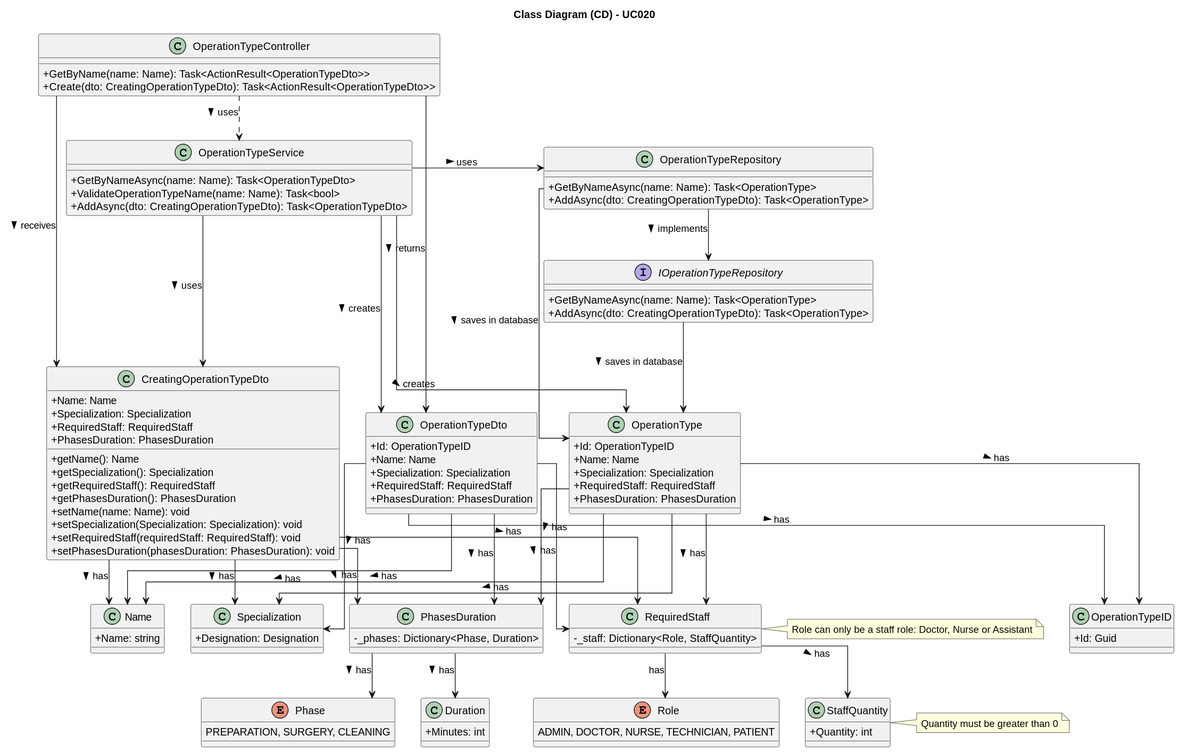
The PlantUML diagram docs/SprintA/UseCases/UC020/03.design/svg/uc020-class-diagram.svg in 1221124/sem5pi-24-25-g031, before a commit.
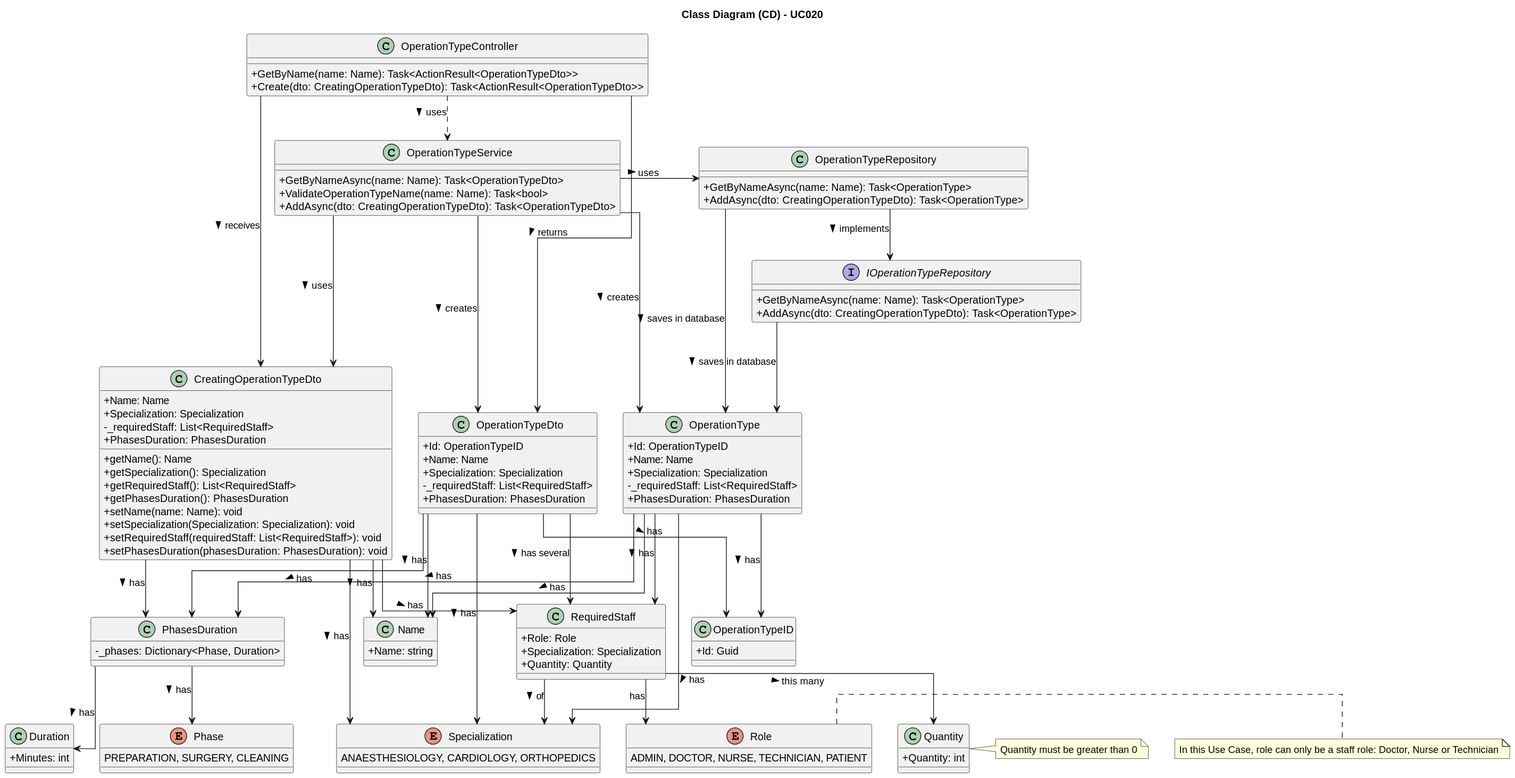
After the commit.

The edit, as a diff of the source:
```diff
@@ -33,15 +33,15 @@
 class CreatingOperationTypeDto {
     +Name: Name
     +Specialization: Specialization
-    +RequiredStaff: RequiredStaff
+    - _requiredStaff: List<RequiredStaff>
     +PhasesDuration: PhasesDuration
     +getName(): Name
     +getSpecialization(): Specialization
-    +getRequiredStaff(): RequiredStaff
+    +getRequiredStaff(): List<RequiredStaff>
     +getPhasesDuration(): PhasesDuration
     +setName(name: Name): void
     +setSpecialization(Specialization: Specialization): void
-    +setRequiredStaff(requiredStaff: RequiredStaff): void
+    +setRequiredStaff(requiredStaff: List<RequiredStaff>): void
     +setPhasesDuration(phasesDuration: PhasesDuration): void
 }
 
@@ -49,7 +49,7 @@
     +Id: OperationTypeID
     +Name: Name
     +Specialization: Specialization
-    +RequiredStaff: RequiredStaff
+    - _requiredStaff: List<RequiredStaff>
     +PhasesDuration: PhasesDuration
 }
 
@@ -57,26 +57,25 @@
     +Id: OperationTypeID
     +Name: Name
     +Specialization: Specialization
-    +RequiredStaff: RequiredStaff
+    - _requiredStaff: List<RequiredStaff>
     +PhasesDuration: PhasesDuration
 }
 
 class RequiredStaff {
-    - _staff: Dictionary<Role, StaffQuantity>
+    +Role: Role
+    +Specialization: Specialization
+    +Quantity: Quantity
 }
-note right of RequiredStaff
-    Role can only be a staff role: Doctor, Nurse or Assistant
-end note
 
-class StaffQuantity {
+class Quantity {
     +Quantity: int
 }
-note right of StaffQuantity
+note right of Quantity
     Quantity must be greater than 0
 end note
 
-class Specialization {
-    +Designation: Designation
+enum Specialization {
+    ANAESTHESIOLOGY, CARDIOLOGY, ORTHOPEDICS
 }
 
 class PhasesDuration {
@@ -102,6 +101,9 @@
 enum Role {
     ADMIN, DOCTOR, NURSE, TECHNICIAN, PATIENT
 }
+note right of Role
+    In this Use Case, role can only be a staff role: Doctor, Nurse or Technician
+end note
 
 OperationTypeController .> OperationTypeService : > uses
 OperationTypeController ----> CreatingOperationTypeDto : > receives
@@ -131,11 +133,12 @@
 OperationTypeDto --> OperationTypeID : > has
 OperationTypeDto --> Name : > has
 OperationTypeDto --> Specialization : > has
-OperationTypeDto --> RequiredStaff : > has
+OperationTypeDto --> RequiredStaff : > has several
 OperationTypeDto --> PhasesDuration : > has
 
 RequiredStaff --> Role: has
-RequiredStaff --> StaffQuantity : > has
+RequiredStaff --> Specialization : > of
+RequiredStaff --> Quantity : > this many
 
 PhasesDuration --> Phase : > has
 PhasesDuration --> Duration : > has
```
